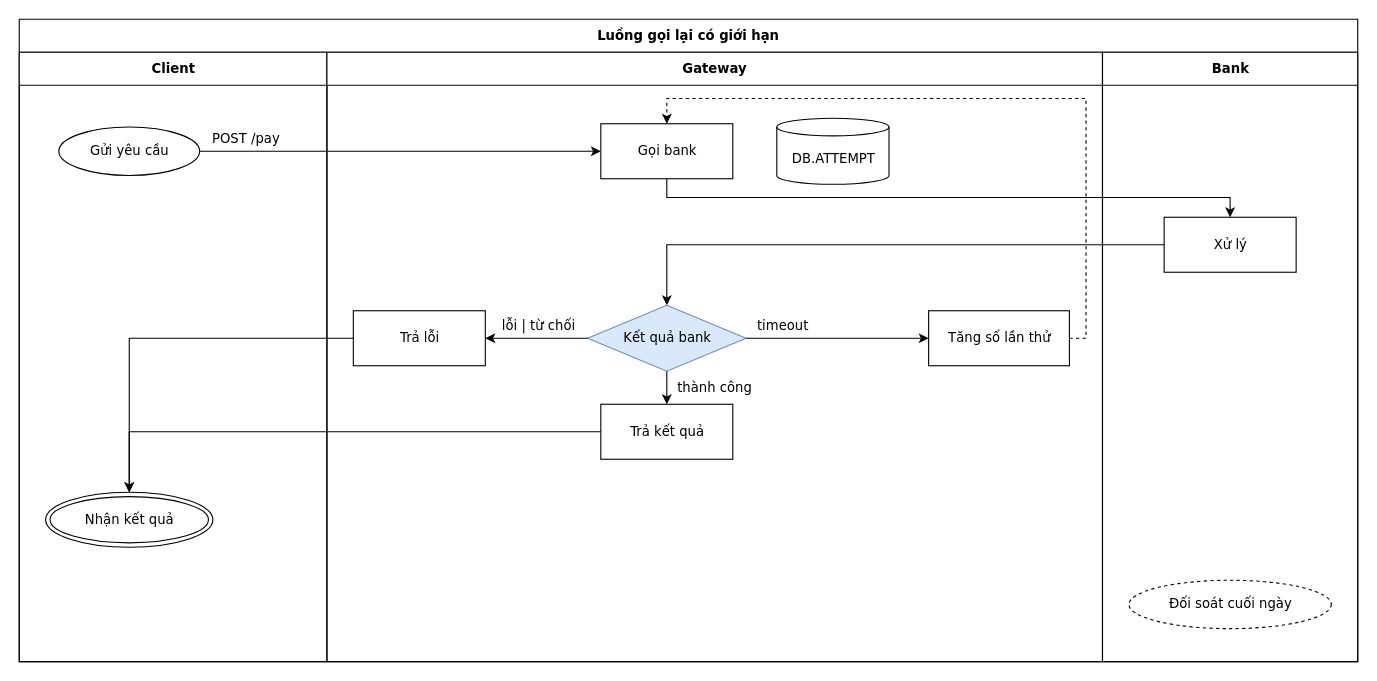
Above: conformance/merge/retry-moved/flow.drawio in luytbq/flowcast (draw.io), before the change. Source tidied: cells renumbered, new cells numbered last; positions are measured from the earlier drawing's top-left corner, leaving out a move shared by most shapes. Both pictures are drawn from the tidied source at 110%, with x=0, y=0 at pixel (19, 19).
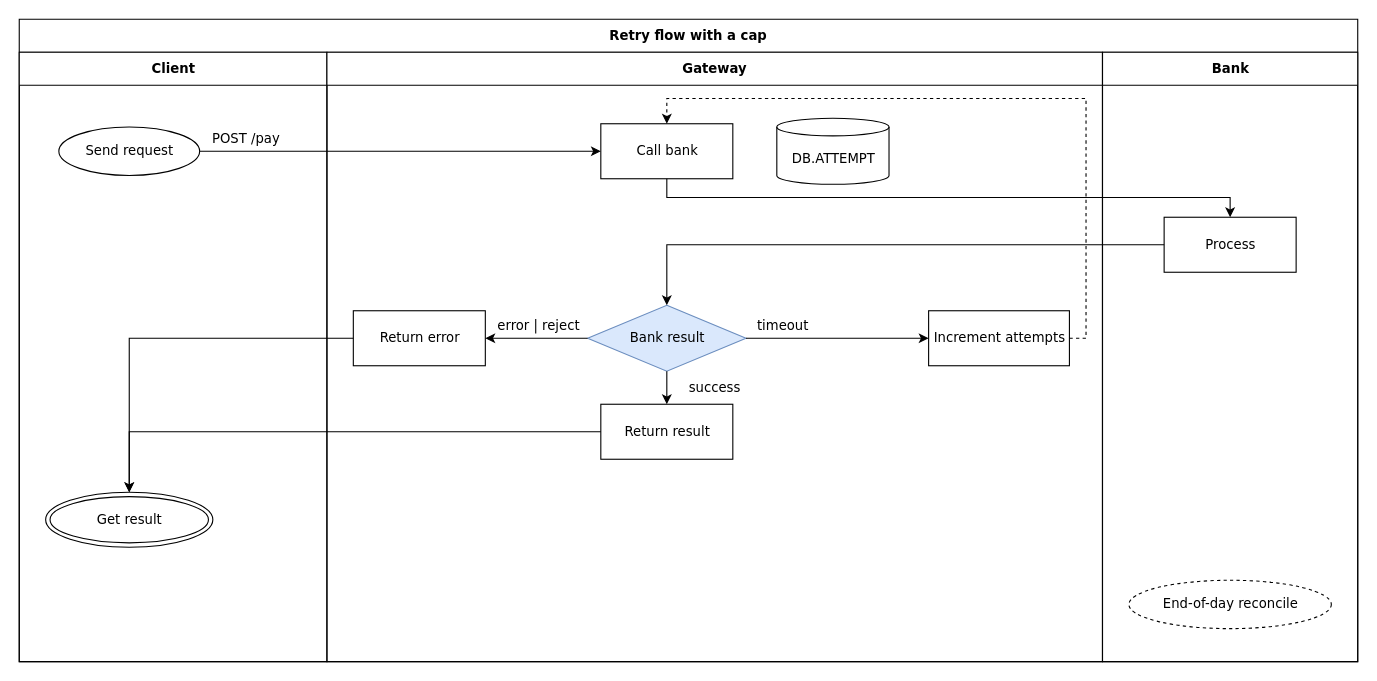
The same page after the edit.

The change refers to these unchanged cells:
```xml
<mxCell id="3" value="Client" style="swimlane;html=1;startSize=30;fontFamily=Verdana;fontSize=12;flowtable=1;" parent="2" vertex="1">
  <mxGeometry y="30" width="279.7" height="554" as="geometry" />
</mxCell>
<mxCell id="4" value="Gateway" style="swimlane;html=1;startSize=30;fontFamily=Verdana;fontSize=12;flowtable=1;" parent="2" vertex="1">
  <mxGeometry x="279.7" y="30" width="705" height="554" as="geometry" />
</mxCell>
<mxCell id="5" value="Bank" style="swimlane;html=1;startSize=30;fontFamily=Verdana;fontSize=12;flowtable=1;" parent="2" vertex="1">
  <mxGeometry x="984.8" y="30" width="232" height="554" as="geometry" />
</mxCell>
```

What changed in the source:
```diff
@@
-    <mxCell id="2" value="Luồng gọi lại có giới hạn" style="swimlane;html=1;startSize=30;fontStyle=1;fontFamily=Verdana;fontSize=12;flowtable=1;" parent="1" vertex="1">
+    <mxCell id="2" value="Retry flow with a cap" style="swimlane;html=1;startSize=30;fontStyle=1;fontFamily=Verdana;fontSize=12;flowtable=1;" parent="1" vertex="1">
       <mxGeometry width="1216.8" height="584" as="geometry" />
     </mxCell>
@@
-    <mxCell id="6" value="Gửi yêu cầu" style="ellipse;html=1;fontFamily=Verdana;fontSize=12;flowtable=1;" parent="3" vertex="1">
+    <mxCell id="6" value="Send request" style="ellipse;html=1;fontFamily=Verdana;fontSize=12;flowtable=1;" parent="3" vertex="1">
       <mxGeometry x="36" y="68" width="128" height="44" as="geometry" />
     </mxCell>
-    <mxCell id="7" value="Gọi bank" style="rounded=0;html=1;fontFamily=Verdana;fontSize=12;flowtable=1;" parent="4" vertex="1">
+    <mxCell id="7" value="Call bank" style="rounded=0;html=1;fontFamily=Verdana;fontSize=12;flowtable=1;" parent="4" vertex="1">
       <mxGeometry x="249" y="65" width="120" height="50" as="geometry" />
     </mxCell>
@@
-    <mxCell id="9" value="Xử lý" style="rounded=0;html=1;fontFamily=Verdana;fontSize=12;flowtable=1;" parent="5" vertex="1">
+    <mxCell id="9" value="Process" style="rounded=0;html=1;fontFamily=Verdana;fontSize=12;flowtable=1;" parent="5" vertex="1">
       <mxGeometry x="56" y="150" width="120" height="50" as="geometry" />
     </mxCell>
-    <mxCell id="10" value="Kết quả bank" style="rhombus;html=1;fillColor=#dae8fc;strokeColor=#6c8ebf;fontFamily=Verdana;fontSize=12;flowtable=1;" parent="4" vertex="1">
+    <mxCell id="10" value="Bank result" style="rhombus;html=1;fillColor=#dae8fc;strokeColor=#6c8ebf;fontFamily=Verdana;fontSize=12;flowtable=1;" parent="4" vertex="1">
       <mxGeometry x="237" y="230" width="144" height="60" as="geometry" />
     </mxCell>
-    <mxCell id="11" value="Tăng số lần thử" style="rounded=0;html=1;fontFamily=Verdana;fontSize=12;flowtable=1;" parent="4" vertex="1">
+    <mxCell id="11" value="Increment attempts" style="rounded=0;html=1;fontFamily=Verdana;fontSize=12;flowtable=1;" parent="4" vertex="1">
       <mxGeometry x="547" y="235" width="128" height="50" as="geometry" />
     </mxCell>
-    <mxCell id="12" value="Trả lỗi" style="rounded=0;html=1;fontFamily=Verdana;fontSize=12;flowtable=1;" parent="4" vertex="1">
+    <mxCell id="12" value="Return error" style="rounded=0;html=1;fontFamily=Verdana;fontSize=12;flowtable=1;" parent="4" vertex="1">
       <mxGeometry x="24" y="235" width="120" height="50" as="geometry" />
     </mxCell>
-    <mxCell id="13" value="Trả kết quả" style="rounded=0;html=1;fontFamily=Verdana;fontSize=12;flowtable=1;" parent="4" vertex="1">
+    <mxCell id="13" value="Return result" style="rounded=0;html=1;fontFamily=Verdana;fontSize=12;flowtable=1;" parent="4" vertex="1">
       <mxGeometry x="249" y="320" width="120" height="50" as="geometry" />
     </mxCell>
-    <mxCell id="14" value="Nhận kết quả" style="shape=doubleEllipse;html=1;fontFamily=Verdana;fontSize=12;flowtable=1;" parent="3" vertex="1">
+    <mxCell id="14" value="Get result" style="shape=doubleEllipse;html=1;fontFamily=Verdana;fontSize=12;flowtable=1;" parent="3" vertex="1">
       <mxGeometry x="24" y="400" width="152" height="50" as="geometry" />
     </mxCell>
-    <mxCell id="15" value="Đối soát cuối ngày" style="ellipse;html=1;dashed=1;fontFamily=Verdana;fontSize=12;flowtable=1;" parent="5" vertex="1">
+    <mxCell id="15" value="End-of-day reconcile" style="ellipse;html=1;dashed=1;fontFamily=Verdana;fontSize=12;flowtable=1;" parent="5" vertex="1">
       <mxGeometry x="24" y="480" width="184" height="44" as="geometry" />
     </mxCell>
@@
-    <mxCell id="20" value="lỗi | từ chối" style="edgeStyle=orthogonalEdgeStyle;rounded=0;jettySize=auto;html=1;labelBackgroundColor=default;exitX=0;exitY=0.5;exitDx=0;exitDy=0;entryX=1;entryY=0.5;entryDx=0;entryDy=0;fontFamily=Verdana;fontSize=12;flowtable=1;" parent="2" edge="1" source="10" target="12">
+    <mxCell id="20" value="error | reject" style="edgeStyle=orthogonalEdgeStyle;rounded=0;jettySize=auto;html=1;labelBackgroundColor=default;exitX=0;exitY=0.5;exitDx=0;exitDy=0;entryX=1;entryY=0.5;entryDx=0;entryDy=0;fontFamily=Verdana;fontSize=12;flowtable=1;" parent="2" edge="1" source="10" target="12">
       <mxGeometry x="-0.04" relative="1" as="geometry">
         <mxPoint y="-11.5" as="offset" />
       </mxGeometry>
     </mxCell>
-    <mxCell id="21" value="thành công" style="edgeStyle=orthogonalEdgeStyle;rounded=0;jettySize=auto;html=1;labelBackgroundColor=default;exitX=0.5;exitY=1;exitDx=0;exitDy=0;entryX=0.5;entryY=0;entryDx=0;entryDy=0;fontFamily=Verdana;fontSize=12;flowtable=1;" parent="2" edge="1" source="10" target="13">
+    <mxCell id="21" value="success" style="edgeStyle=orthogonalEdgeStyle;rounded=0;jettySize=auto;html=1;labelBackgroundColor=default;exitX=0.5;exitY=1;exitDx=0;exitDy=0;entryX=0.5;entryY=0;entryDx=0;entryDy=0;fontFamily=Verdana;fontSize=12;flowtable=1;" parent="2" edge="1" source="10" target="13">
       <mxGeometry x="-0.03" relative="1" as="geometry">
         <mxPoint x="42.8" as="offset" />
       </mxGeometry>
     </mxCell>
```
